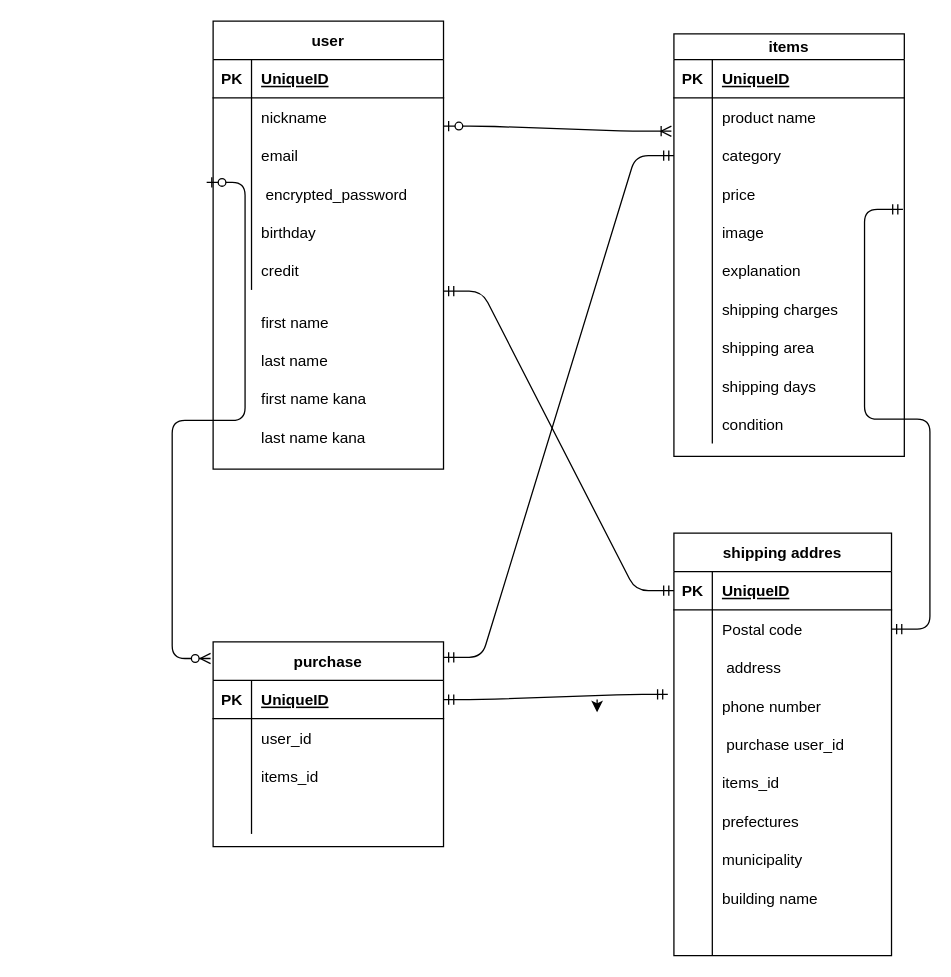
Before: test.dio in nakayamagenta/furima-35055, a draw.io diagram. Source tidied: cells renumbered, new cells numbered last; positions are measured from the earlier drawing's top-left corner, leaving out a move shared by most shapes. Both pictures are drawn from the tidied source at 128%, with x=0, y=0 at pixel (20, 20).
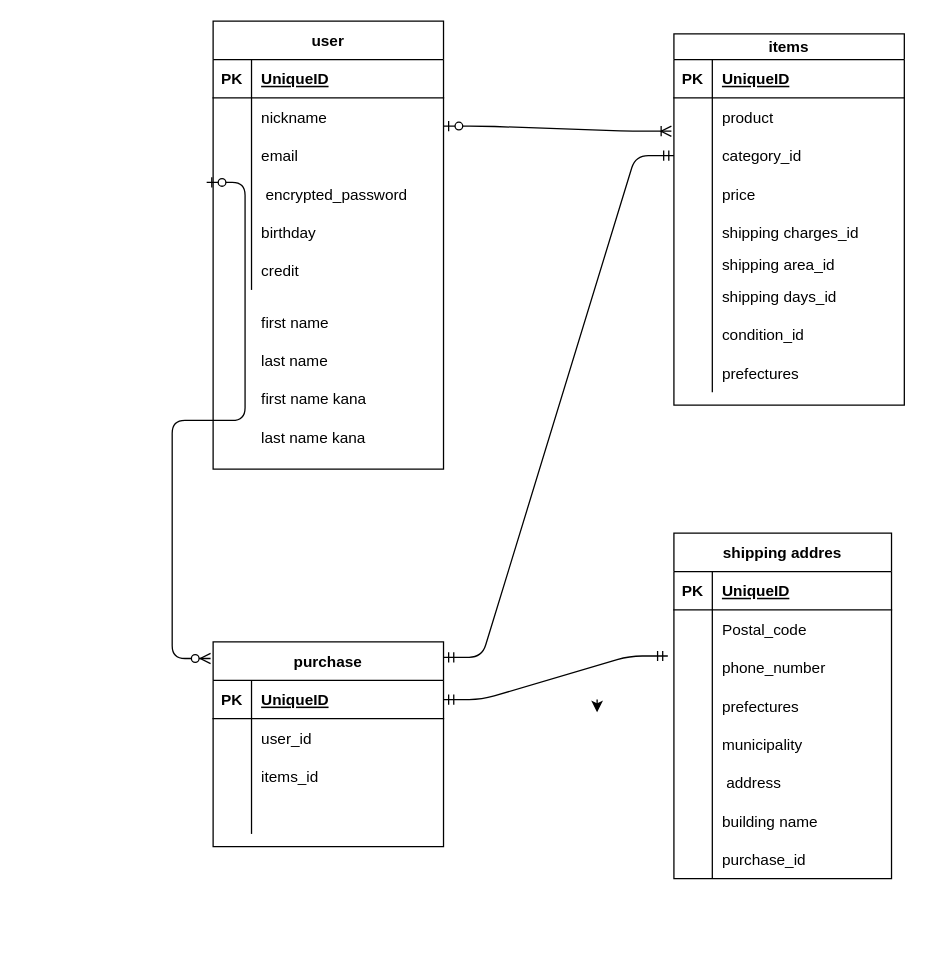
After the change.

Commit message (it also covers changes not shown here):
データベース設計　修正３

The change refers to these unchanged cells:
```xml
<mxCell id="6" style="shape=partialRectangle;fillColor=none;top=0;left=0;bottom=0;right=0;points=[[0,0.5],[1,0.5]];portConstraint=eastwest;" parent="2" vertex="1">
  <mxGeometry y="50" width="180" height="30" as="geometry" />
</mxCell>
<mxCell id="9" style="shape=partialRectangle;fillColor=none;top=0;left=0;bottom=0;right=0;points=[[0,0.5],[1,0.5]];portConstraint=eastwest;" parent="2" vertex="1">
  <mxGeometry y="80" width="180" height="30" as="geometry" />
</mxCell>
<mxCell id="12" style="shape=partialRectangle;fillColor=none;top=0;left=0;bottom=0;right=0;points=[[0,0.5],[1,0.5]];portConstraint=eastwest;" parent="2" vertex="1">
  <mxGeometry y="110" width="180" height="30" as="geometry" />
</mxCell>
<mxCell id="47" style="shape=partialRectangle;fillColor=none;top=0;left=0;bottom=1;right=0;points=[[0,0.5],[1,0.5]];portConstraint=eastwest;" parent="46" vertex="1">
  <mxGeometry y="30" width="170" height="30" as="geometry" />
</mxCell>
<mxCell id="50" style="shape=partialRectangle;fillColor=none;top=0;left=0;bottom=0;right=0;points=[[0,0.5],[1,0.5]];portConstraint=eastwest;" parent="46" vertex="1">
  <mxGeometry y="60" width="170" height="30" as="geometry" />
</mxCell>
<mxCell id="93" style="shape=partialRectangle;fillColor=none;top=0;left=0;bottom=0;right=0;points=[[0,0.5],[1,0.5]];portConstraint=eastwest;" parent="77" vertex="1">
  <mxGeometry y="180" width="180" height="30" as="geometry" />
</mxCell>
```

Change to the diagram source:
```diff
@@
     <mxCell id="2" value="items" style="shape=table;startSize=20;childLayout=tableLayout;rowLines=0;fontStyle=1;align=center;" parent="1" vertex="1">
-      <mxGeometry x="510" y="10" width="180" height="330" as="geometry" />
+      <mxGeometry x="510" y="10" width="180" height="290" as="geometry" />
     </mxCell>
@@
-    <mxCell id="8" value="product name" style="shape=partialRectangle;fillColor=none;top=0;left=0;bottom=0;right=0;align=left;spacingLeft=6;overflow=hidden;" parent="6" vertex="1">
+    <mxCell id="8" value="product " style="shape=partialRectangle;fillColor=none;top=0;left=0;bottom=0;right=0;align=left;spacingLeft=6;overflow=hidden;" parent="6" vertex="1">
       <mxGeometry x="30" width="150" height="30" as="geometry" />
     </mxCell>
@@
-    <mxCell id="11" value="category" style="shape=partialRectangle;fillColor=none;top=0;left=0;bottom=0;right=0;align=left;spacingLeft=6;overflow=hidden;" parent="9" vertex="1">
+    <mxCell id="11" value="category_id" style="shape=partialRectangle;fillColor=none;top=0;left=0;bottom=0;right=0;align=left;spacingLeft=6;overflow=hidden;" parent="9" vertex="1">
       <mxGeometry x="30" width="150" height="30" as="geometry" />
     </mxCell>
@@
-    <mxCell id="15" style="shape=partialRectangle;fillColor=none;top=0;left=0;bottom=0;right=0;" parent="2" vertex="1">
-      <mxGeometry y="140" width="180" height="30" as="geometry" />
-    </mxCell>
-    <mxCell id="16" style="shape=partialRectangle;fillColor=none;top=0;left=0;bottom=0;right=0;overflow=hidden;" parent="15" vertex="1">
-      <mxGeometry width="30" height="30" as="geometry" />
-    </mxCell>
-    <mxCell id="17" value="image" style="shape=partialRectangle;fillColor=none;top=0;left=0;bottom=0;right=0;align=left;spacingLeft=6;overflow=hidden;" parent="15" vertex="1">
-      <mxGeometry x="30" width="150" height="30" as="geometry" />
-    </mxCell>
-    <mxCell id="18" style="shape=partialRectangle;fillColor=none;top=0;left=0;bottom=0;right=0;" parent="2" vertex="1">
-      <mxGeometry y="170" width="180" height="30" as="geometry" />
-    </mxCell>
-    <mxCell id="19" style="shape=partialRectangle;fillColor=none;top=0;left=0;bottom=0;right=0;overflow=hidden;" parent="18" vertex="1">
-      <mxGeometry width="30" height="30" as="geometry" />
-    </mxCell>
-    <mxCell id="20" value="explanation" style="shape=partialRectangle;fillColor=none;top=0;left=0;bottom=0;right=0;align=left;spacingLeft=6;overflow=hidden;" parent="18" vertex="1">
-      <mxGeometry x="30" width="150" height="30" as="geometry" />
-    </mxCell>
     <mxCell id="21" style="shape=partialRectangle;fillColor=none;top=0;left=0;bottom=0;right=0;" parent="2" vertex="1">
-      <mxGeometry y="200" width="180" height="30" as="geometry" />
+      <mxGeometry y="140" width="180" height="30" as="geometry" />
     </mxCell>
@@
-    <mxCell id="23" value="shipping charges" style="shape=partialRectangle;fillColor=none;top=0;left=0;bottom=0;right=0;align=left;spacingLeft=6;overflow=hidden;" parent="21" vertex="1">
+    <mxCell id="23" value="shipping charges_id" style="shape=partialRectangle;fillColor=none;top=0;left=0;bottom=0;right=0;align=left;spacingLeft=6;overflow=hidden;" parent="21" vertex="1">
       <mxGeometry x="30" width="150" height="30" as="geometry" />
     </mxCell>
     <mxCell id="24" style="shape=partialRectangle;fillColor=none;top=0;left=0;bottom=0;right=0;" parent="2" vertex="1">
-      <mxGeometry y="230" width="180" height="30" as="geometry" />
+      <mxGeometry y="170" width="180" height="20" as="geometry" />
     </mxCell>
     <mxCell id="25" style="shape=partialRectangle;fillColor=none;top=0;left=0;bottom=0;right=0;overflow=hidden;" parent="24" vertex="1">
-      <mxGeometry width="30" height="30" as="geometry" />
+      <mxGeometry width="30" height="20" as="geometry" />
     </mxCell>
-    <mxCell id="26" value="shipping area" style="shape=partialRectangle;fillColor=none;top=0;left=0;bottom=0;right=0;align=left;spacingLeft=6;overflow=hidden;" parent="24" vertex="1">
-      <mxGeometry x="30" width="150" height="30" as="geometry" />
+    <mxCell id="26" value="shipping area_id" style="shape=partialRectangle;fillColor=none;top=0;left=0;bottom=0;right=0;align=left;spacingLeft=6;overflow=hidden;" parent="24" vertex="1">
+      <mxGeometry x="30" width="150" height="20" as="geometry" />
     </mxCell>
     <mxCell id="27" style="shape=partialRectangle;fillColor=none;top=0;left=0;bottom=0;right=0;" parent="2" vertex="1">
-      <mxGeometry y="260" width="180" height="30" as="geometry" />
+      <mxGeometry y="190" width="180" height="30" as="geometry" />
     </mxCell>
@@
-    <mxCell id="29" value="shipping days" style="shape=partialRectangle;fillColor=none;top=0;left=0;bottom=0;right=0;align=left;spacingLeft=6;overflow=hidden;" parent="27" vertex="1">
+    <mxCell id="29" value="shipping days_id" style="shape=partialRectangle;fillColor=none;top=0;left=0;bottom=0;right=0;align=left;spacingLeft=6;overflow=hidden;" parent="27" vertex="1">
       <mxGeometry x="30" width="150" height="30" as="geometry" />
     </mxCell>
     <mxCell id="30" style="shape=partialRectangle;fillColor=none;top=0;left=0;bottom=0;right=0;" parent="2" vertex="1">
-      <mxGeometry y="290" width="180" height="30" as="geometry" />
+      <mxGeometry y="220" width="180" height="30" as="geometry" />
     </mxCell>
@@
-    <mxCell id="32" value="condition" style="shape=partialRectangle;fillColor=none;top=0;left=0;bottom=0;right=0;align=left;spacingLeft=6;overflow=hidden;" parent="30" vertex="1">
+    <mxCell id="32" value="condition_id" style="shape=partialRectangle;fillColor=none;top=0;left=0;bottom=0;right=0;align=left;spacingLeft=6;overflow=hidden;" parent="30" vertex="1">
       <mxGeometry x="30" width="150" height="30" as="geometry" />
     </mxCell>
+    <mxCell id="110" style="shape=partialRectangle;fillColor=none;top=0;left=0;bottom=0;right=0;" parent="2" vertex="1">
+      <mxGeometry y="250" width="180" height="30" as="geometry" />
+    </mxCell>
+    <mxCell id="111" style="shape=partialRectangle;fillColor=none;top=0;left=0;bottom=0;right=0;overflow=hidden;" parent="110" vertex="1">
+      <mxGeometry width="30" height="30" as="geometry" />
+    </mxCell>
+    <mxCell id="112" value="prefectures" style="shape=partialRectangle;fillColor=none;top=0;left=0;bottom=0;right=0;align=left;spacingLeft=6;overflow=hidden;" parent="110" vertex="1">
+      <mxGeometry x="30" width="150" height="30" as="geometry" />
+    </mxCell>
@@
     <mxCell id="46" value="shipping addres" style="shape=table;startSize=30;childLayout=tableLayout;rowLines=0;fontStyle=1;align=center;" parent="1" vertex="1">
-      <mxGeometry x="510" y="400" width="170" height="330" as="geometry" />
+      <mxGeometry x="510" y="400" width="170" height="270" as="geometry" />
     </mxCell>
@@
-    <mxCell id="52" value="Postal code" style="shape=partialRectangle;fillColor=none;top=0;left=0;bottom=0;right=0;align=left;spacingLeft=6;overflow=hidden;" parent="50" vertex="1">
+    <mxCell id="52" value="Postal_code" style="shape=partialRectangle;fillColor=none;top=0;left=0;bottom=0;right=0;align=left;spacingLeft=6;overflow=hidden;" parent="50" vertex="1">
       <mxGeometry x="30" width="140" height="30" as="geometry" />
     </mxCell>
-    <mxCell id="53" style="shape=partialRectangle;fillColor=none;top=0;left=0;bottom=0;right=0;" parent="46" vertex="1">
-      <mxGeometry y="90" width="170" height="30" as="geometry" />
-    </mxCell>
-    <mxCell id="54" style="shape=partialRectangle;fillColor=none;top=0;left=0;bottom=0;right=0;overflow=hidden;" parent="53" vertex="1">
-      <mxGeometry width="30" height="30" as="geometry" />
-    </mxCell>
-    <mxCell id="55" value=" address" style="shape=partialRectangle;fillColor=none;top=0;left=0;bottom=0;right=0;align=left;spacingLeft=6;overflow=hidden;" parent="53" vertex="1">
-      <mxGeometry x="30" width="140" height="30" as="geometry" />
-    </mxCell>
     <mxCell id="56" style="shape=partialRectangle;fillColor=none;top=0;left=0;bottom=0;right=0;points=[[0,0.5],[1,0.5]];portConstraint=eastwest;" parent="46" vertex="1">
-      <mxGeometry y="120" width="170" height="30" as="geometry" />
+      <mxGeometry y="90" width="170" height="30" as="geometry" />
     </mxCell>
@@
-    <mxCell id="58" value="phone number" style="shape=partialRectangle;fillColor=none;top=0;left=0;bottom=0;right=0;align=left;spacingLeft=6;overflow=hidden;" parent="56" vertex="1">
+    <mxCell id="58" value="phone_number" style="shape=partialRectangle;fillColor=none;top=0;left=0;bottom=0;right=0;align=left;spacingLeft=6;overflow=hidden;" parent="56" vertex="1">
       <mxGeometry x="30" width="140" height="30" as="geometry" />
     </mxCell>
-    <mxCell id="59" style="shape=partialRectangle;fillColor=none;top=0;left=0;bottom=0;right=0;" parent="46" vertex="1">
-      <mxGeometry y="150" width="170" height="30" as="geometry" />
-    </mxCell>
-    <mxCell id="60" style="shape=partialRectangle;fillColor=none;top=0;left=0;bottom=0;right=0;overflow=hidden;" parent="59" vertex="1">
-      <mxGeometry width="30" height="30" as="geometry" />
-    </mxCell>
-    <mxCell id="61" value=" purchase user_id" style="shape=partialRectangle;fillColor=none;top=0;left=0;bottom=0;right=0;align=left;spacingLeft=6;overflow=hidden;" parent="59" vertex="1">
-      <mxGeometry x="30" width="140" height="30" as="geometry" />
-    </mxCell>
-    <mxCell id="62" style="shape=partialRectangle;fillColor=none;top=0;left=0;bottom=0;right=0;" parent="46" vertex="1">
-      <mxGeometry y="180" width="170" height="30" as="geometry" />
-    </mxCell>
-    <mxCell id="63" style="shape=partialRectangle;fillColor=none;top=0;left=0;bottom=0;right=0;overflow=hidden;" parent="62" vertex="1">
-      <mxGeometry width="30" height="30" as="geometry" />
-    </mxCell>
-    <mxCell id="64" value="items_id" style="shape=partialRectangle;fillColor=none;top=0;left=0;bottom=0;right=0;align=left;spacingLeft=6;overflow=hidden;" parent="62" vertex="1">
-      <mxGeometry x="30" width="140" height="30" as="geometry" />
-    </mxCell>
     <mxCell id="65" style="shape=partialRectangle;fillColor=none;top=0;left=0;bottom=0;right=0;" parent="46" vertex="1">
-      <mxGeometry y="210" width="170" height="30" as="geometry" />
+      <mxGeometry y="120" width="170" height="30" as="geometry" />
     </mxCell>
@@
     <mxCell id="68" style="shape=partialRectangle;fillColor=none;top=0;left=0;bottom=0;right=0;" parent="46" vertex="1">
-      <mxGeometry y="240" width="170" height="30" as="geometry" />
+      <mxGeometry y="150" width="170" height="30" as="geometry" />
     </mxCell>
@@
+    <mxCell id="53" style="shape=partialRectangle;fillColor=none;top=0;left=0;bottom=0;right=0;" parent="46" vertex="1">
+      <mxGeometry y="180" width="170" height="30" as="geometry" />
+    </mxCell>
+    <mxCell id="54" style="shape=partialRectangle;fillColor=none;top=0;left=0;bottom=0;right=0;overflow=hidden;" parent="53" vertex="1">
+      <mxGeometry width="30" height="30" as="geometry" />
+    </mxCell>
+    <mxCell id="55" value=" address" style="shape=partialRectangle;fillColor=none;top=0;left=0;bottom=0;right=0;align=left;spacingLeft=6;overflow=hidden;" parent="53" vertex="1">
+      <mxGeometry x="30" width="140" height="30" as="geometry" />
+    </mxCell>
     <mxCell id="71" style="shape=partialRectangle;fillColor=none;top=0;left=0;bottom=0;right=0;" parent="46" vertex="1">
-      <mxGeometry y="270" width="170" height="30" as="geometry" />
+      <mxGeometry y="210" width="170" height="30" as="geometry" />
     </mxCell>
@@
     <mxCell id="74" style="shape=partialRectangle;fillColor=none;top=0;left=0;bottom=0;right=0;" parent="46" vertex="1">
-      <mxGeometry y="300" width="170" height="30" as="geometry" />
+      <mxGeometry y="240" width="170" height="30" as="geometry" />
     </mxCell>
@@
-    <mxCell id="76" style="shape=partialRectangle;fillColor=none;top=0;left=0;bottom=0;right=0;align=left;spacingLeft=6;overflow=hidden;" parent="74" vertex="1">
+    <mxCell id="76" value="purchase_id" style="shape=partialRectangle;fillColor=none;top=0;left=0;bottom=0;right=0;align=left;spacingLeft=6;overflow=hidden;" parent="74" vertex="1">
       <mxGeometry x="30" width="140" height="30" as="geometry" />
     </mxCell>
@@
-    <mxCell id="102" style="edgeStyle=entityRelationEdgeStyle;fontSize=12;html=1;endArrow=ERmandOne;startArrow=ERmandOne;exitX=0.994;exitY=0.9;exitDx=0;exitDy=0;exitPerimeter=0;" parent="1" edge="1" source="12" target="50">
-      <mxGeometry relative="1" as="geometry" />
-    </mxCell>
-    <mxCell id="103" style="edgeStyle=entityRelationEdgeStyle;fontSize=12;html=1;endArrow=ERmandOne;startArrow=ERmandOne;exitX=1;exitY=1.033;exitDx=0;exitDy=0;exitPerimeter=0;entryX=0;entryY=0.5;entryDx=0;entryDy=0;" parent="1" edge="1" source="93" target="47">
-      <mxGeometry relative="1" as="geometry" />
-    </mxCell>
```
